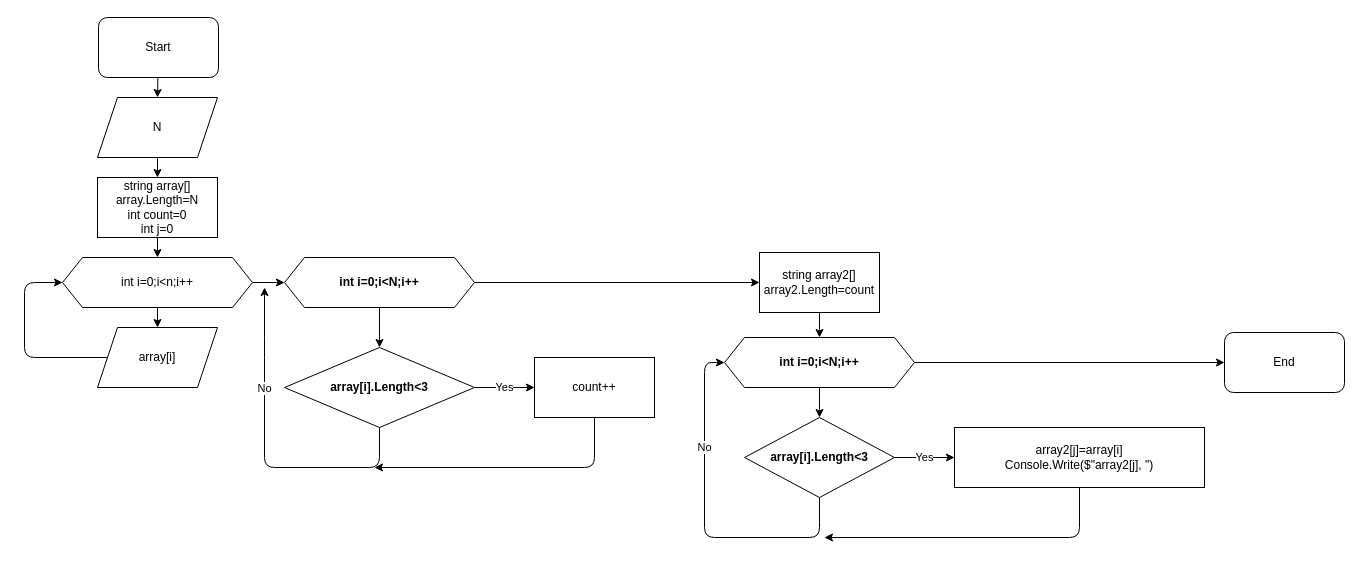
This is algorythm.drawio from OlegSumerkin/FinalTest, a draw.io file, before an edit. Source tidied: cells renumbered, new cells numbered last; positions are measured from the earlier drawing's top-left corner, leaving out a move shared by most shapes. Both pictures are drawn from the tidied source at 100%, with x=0, y=0 at pixel (24, 17).
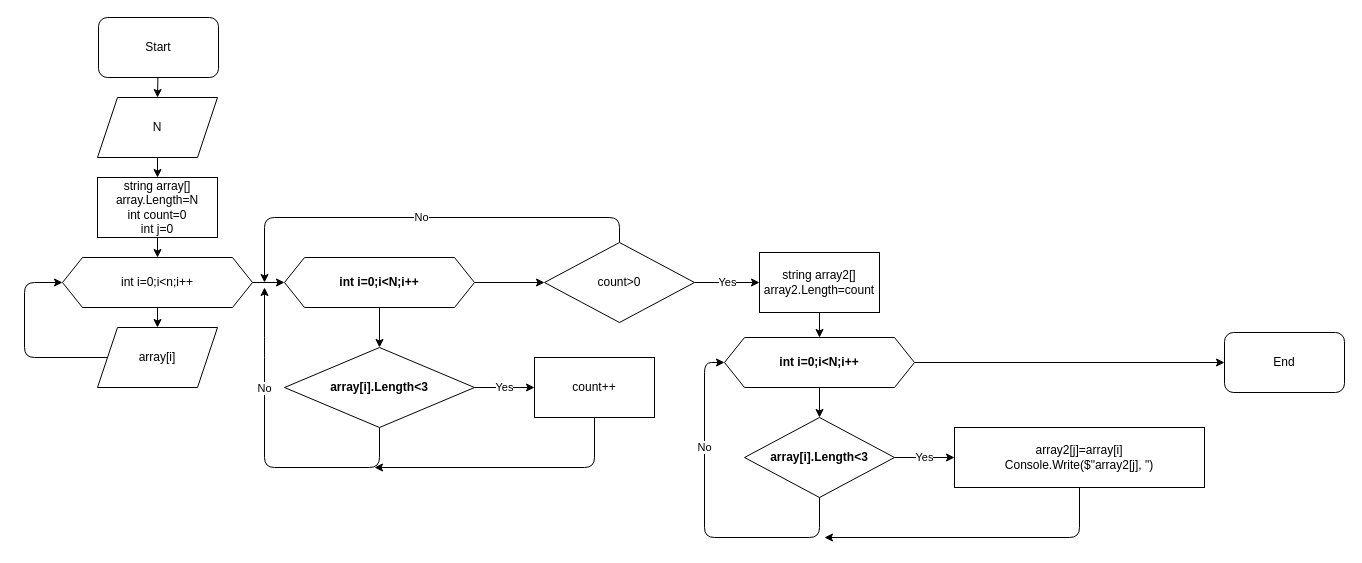
Above is the later version.

Commit message:
added Readme.md and reworked diagram

Unchanged cells that the change refers to:
```xml
<mxCell id="15" value="int i=0;i&amp;lt;N;i++" style="shape=hexagon;perimeter=hexagonPerimeter2;whiteSpace=wrap;html=1;fixedSize=1;fontStyle=1;" parent="1" vertex="1">
  <mxGeometry x="260" y="240" width="190" height="50" as="geometry" />
</mxCell>
<mxCell id="22" value="string array2[]&lt;br&gt;array2.Length=count" style="rounded=0;whiteSpace=wrap;html=1;" parent="1" vertex="1">
  <mxGeometry x="735" y="235" width="120" height="60" as="geometry" />
</mxCell>
```

Diff of the diagram source:
```diff
@@
-    <mxCell id="14" style="edgeStyle=none;html=1;entryX=0;entryY=0.5;entryDx=0;entryDy=0;" parent="1" edge="1" source="15" target="22">
-      <mxGeometry relative="1" as="geometry" />
-    </mxCell>
+    <mxCell id="32" style="edgeStyle=none;html=1;" parent="1" edge="1" source="15" target="35">
+      <mxGeometry relative="1" as="geometry" />
+    </mxCell>
@@
+    <mxCell id="33" value="Yes" style="edgeStyle=none;html=1;entryX=0;entryY=0.5;entryDx=0;entryDy=0;" parent="1" edge="1" source="35" target="22">
+      <mxGeometry relative="1" as="geometry" />
+    </mxCell>
+    <mxCell id="34" value="No" style="edgeStyle=none;html=1;exitX=0.5;exitY=0;exitDx=0;exitDy=0;" parent="1" edge="1" source="35">
+      <mxGeometry relative="1" as="geometry">
+        <mxPoint x="240" y="265" as="targetPoint" />
+        <Array as="points">
+          <mxPoint x="595" y="200" />
+          <mxPoint x="240" y="200" />
+        </Array>
+      </mxGeometry>
+    </mxCell>
+    <mxCell id="35" value="count&amp;gt;0" style="rhombus;whiteSpace=wrap;html=1;" parent="1" vertex="1">
+      <mxGeometry x="520" y="225" width="150" height="80" as="geometry" />
+    </mxCell>
```
